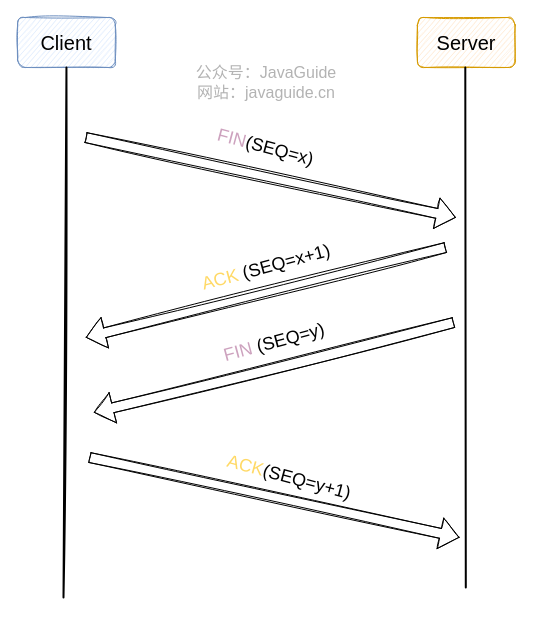
The draw.io diagram docs/cs-basics/network/images/tcp&udp/tcp-waves-four-times.drawio in Snailclimb/JavaGuide, before the edit. Source tidied: cells renumbered, new cells numbered last; positions are measured from the earlier drawing's top-left corner, leaving out a move shared by most shapes. Both pictures are drawn from the tidied source at 100%, with x=0, y=0 at pixel (17, 17).
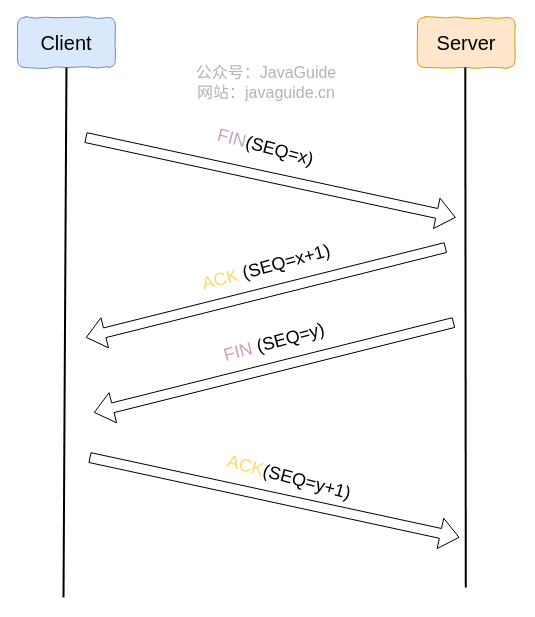
The same diagram, later.

Change to the diagram source:
```diff
@@
-    <mxCell id="2" value="Client" style="rounded=1;whiteSpace=wrap;html=1;fillColor=#dae8fc;strokeColor=#6c8ebf;comic=1;shadow=0;strokeWidth=1;fontSize=20;sketch=1;" parent="1" vertex="1">
+    <mxCell id="2" value="Client" style="rounded=1;whiteSpace=wrap;html=1;fillColor=#dae8fc;strokeColor=#6c8ebf;comic=1;shadow=0;strokeWidth=1;fontSize=20;sketch=0;" parent="1" vertex="1">
       <mxGeometry x="0.1" width="97.7" height="50" as="geometry" />
     </mxCell>
-    <mxCell id="3" value="Server" style="rounded=1;whiteSpace=wrap;html=1;fillColor=#ffe6cc;strokeColor=#d79b00;comic=1;shadow=0;strokeWidth=1;fontSize=20;sketch=1;" parent="1" vertex="1">
+    <mxCell id="3" value="Server" style="rounded=1;whiteSpace=wrap;html=1;fillColor=#ffe6cc;strokeColor=#d79b00;comic=1;shadow=0;strokeWidth=1;fontSize=20;sketch=0;" parent="1" vertex="1">
       <mxGeometry x="399.9" width="97.7" height="50" as="geometry" />
     </mxCell>
-    <mxCell id="4" style="endArrow=none;html=1;fontSize=22;entryX=0.5;entryY=1;entryDx=0;entryDy=0;strokeWidth=2;shadow=0;sketch=1;" parent="1" edge="1" target="2">
+    <mxCell id="4" style="endArrow=none;html=1;fontSize=22;entryX=0.5;entryY=1;entryDx=0;entryDy=0;strokeWidth=2;shadow=0;sketch=0;" parent="1" edge="1" target="2">
       <mxGeometry relative="1" as="geometry">
         <mxPoint x="46" y="580" as="sourcePoint" />
       </mxGeometry>
     </mxCell>
-    <mxCell id="5" style="endArrow=none;html=1;fontSize=22;entryX=0.5;entryY=1;entryDx=0;entryDy=0;strokeWidth=2;shadow=0;sketch=1;" parent="1" edge="1">
+    <mxCell id="5" style="endArrow=none;html=1;fontSize=22;entryX=0.5;entryY=1;entryDx=0;entryDy=0;strokeWidth=2;shadow=0;sketch=0;" parent="1" edge="1">
       <mxGeometry relative="1" as="geometry">
         <mxPoint x="448.3" y="570" as="sourcePoint" />
         <mxPoint x="447.8" y="50" as="targetPoint" />
       </mxGeometry>
     </mxCell>
-    <mxCell id="6" style="endArrow=classic;html=1;strokeWidth=1;fontSize=19;shape=flexArrow;shadow=0;sketch=1;" parent="1" edge="1">
+    <mxCell id="6" style="endArrow=classic;html=1;strokeWidth=1;fontSize=19;shape=flexArrow;shadow=0;sketch=0;" parent="1" edge="1">
       <mxGeometry relative="1" as="geometry">
         <mxPoint x="68" y="120" as="sourcePoint" />
         <mxPoint x="438.3" y="200" as="targetPoint" />
       </mxGeometry>
     </mxCell>
-    <mxCell id="7" style="endArrow=classic;html=1;strokeWidth=1;fontSize=19;shape=flexArrow;shadow=0;sketch=1;" parent="1" edge="1">
+    <mxCell id="7" style="endArrow=classic;html=1;strokeWidth=1;fontSize=19;shape=flexArrow;shadow=0;sketch=0;" parent="1" edge="1">
       <mxGeometry relative="1" as="geometry">
         <mxPoint x="428.3" y="230" as="sourcePoint" />
         <mxPoint x="68.3" y="320" as="targetPoint" />
       </mxGeometry>
     </mxCell>
-    <mxCell id="8" style="endArrow=classic;html=1;strokeWidth=1;fontSize=19;shape=flexArrow;shadow=0;sketch=1;" parent="1" edge="1">
+    <mxCell id="8" style="endArrow=classic;html=1;strokeWidth=1;fontSize=19;shape=flexArrow;shadow=0;sketch=0;" parent="1" edge="1">
       <mxGeometry relative="1" as="geometry">
         <mxPoint x="72" y="440" as="sourcePoint" />
         <mxPoint x="442" y="520" as="targetPoint" />
       </mxGeometry>
     </mxCell>
-    <mxCell id="9" value="&lt;font color=&quot;#cda2be&quot; style=&quot;font-size: 18px;&quot;&gt;FIN&lt;/font&gt;(SEQ=x)" style="text;html=1;strokeColor=none;fillColor=none;align=center;verticalAlign=middle;whiteSpace=wrap;rounded=0;shadow=0;comic=1;fontSize=18;rotation=15;sketch=1;" parent="1" vertex="1">
+    <mxCell id="9" value="&lt;font color=&quot;#cda2be&quot; style=&quot;font-size: 18px;&quot;&gt;FIN&lt;/font&gt;(SEQ=x)" style="text;html=1;strokeColor=none;fillColor=none;align=center;verticalAlign=middle;whiteSpace=wrap;rounded=0;shadow=0;comic=1;fontSize=18;rotation=15;sketch=0;" parent="1" vertex="1">
       <mxGeometry x="118.3" y="120" width="261.2" height="20" as="geometry" />
     </mxCell>
-    <mxCell id="10" value="&lt;font color=&quot;#ffd966&quot; style=&quot;font-size: 18px;&quot;&gt;ACK&lt;/font&gt; (SEQ=x+1)" style="text;html=1;strokeColor=none;fillColor=none;align=center;verticalAlign=middle;whiteSpace=wrap;rounded=0;shadow=0;comic=1;fontSize=18;rotation=-15;sketch=1;" parent="1" vertex="1">
+    <mxCell id="10" value="&lt;font color=&quot;#ffd966&quot; style=&quot;font-size: 18px;&quot;&gt;ACK&lt;/font&gt; (SEQ=x+1)" style="text;html=1;strokeColor=none;fillColor=none;align=center;verticalAlign=middle;whiteSpace=wrap;rounded=0;shadow=0;comic=1;fontSize=18;rotation=-15;sketch=0;" parent="1" vertex="1">
       <mxGeometry x="0.1" y="240" width="497.5" height="20" as="geometry" />
     </mxCell>
-    <mxCell id="11" value="&lt;font color=&quot;#ffd966&quot; style=&quot;font-size: 18px;&quot;&gt;ACK&lt;/font&gt;(SEQ=y+1)" style="text;html=1;strokeColor=none;fillColor=none;align=center;verticalAlign=middle;whiteSpace=wrap;rounded=0;shadow=0;comic=1;fontSize=18;rotation=15;sketch=1;" parent="1" vertex="1">
+    <mxCell id="11" value="&lt;font color=&quot;#ffd966&quot; style=&quot;font-size: 18px;&quot;&gt;ACK&lt;/font&gt;(SEQ=y+1)" style="text;html=1;strokeColor=none;fillColor=none;align=center;verticalAlign=middle;whiteSpace=wrap;rounded=0;shadow=0;comic=1;fontSize=18;rotation=15;sketch=0;" parent="1" vertex="1">
       <mxGeometry x="252" y="450" width="40" height="20" as="geometry" />
     </mxCell>
-    <mxCell id="12" style="endArrow=classic;html=1;strokeWidth=1;fontSize=19;shape=flexArrow;shadow=0;sketch=1;" parent="1" edge="1">
+    <mxCell id="12" style="endArrow=classic;html=1;strokeWidth=1;fontSize=19;shape=flexArrow;shadow=0;sketch=0;" parent="1" edge="1">
       <mxGeometry relative="1" as="geometry">
         <mxPoint x="436.4" y="305" as="sourcePoint" />
         <mxPoint x="76.4" y="395" as="targetPoint" />
       </mxGeometry>
     </mxCell>
-    <mxCell id="13" value="&lt;span style=&quot;color: rgb(205, 162, 190); font-size: 18px;&quot;&gt;FIN&lt;/span&gt;&amp;nbsp;(SEQ=y)" style="text;html=1;strokeColor=none;fillColor=none;align=center;verticalAlign=middle;whiteSpace=wrap;rounded=0;shadow=0;comic=1;fontSize=18;rotation=-15;sketch=1;" parent="1" vertex="1">
+    <mxCell id="13" value="&lt;span style=&quot;color: rgb(205, 162, 190); font-size: 18px;&quot;&gt;FIN&lt;/span&gt;&amp;nbsp;(SEQ=y)" style="text;html=1;strokeColor=none;fillColor=none;align=center;verticalAlign=middle;whiteSpace=wrap;rounded=0;shadow=0;comic=1;fontSize=18;rotation=-15;sketch=0;" parent="1" vertex="1">
       <mxGeometry x="8.3" y="315" width="497.5" height="20" as="geometry" />
     </mxCell>
-    <mxCell id="14" value="公众号：JavaGuide&lt;br style=&quot;font-size: 16px&quot;&gt;网站：javaguide.cn" style="text;html=1;strokeColor=none;fillColor=none;align=center;verticalAlign=middle;whiteSpace=wrap;rounded=0;labelBackgroundColor=none;fontSize=16;fontColor=#B3B3B3;rotation=0;sketch=1;shadow=0;" parent="1" vertex="1">
+    <mxCell id="14" value="公众号：JavaGuide&lt;br style=&quot;font-size: 16px&quot;&gt;网站：javaguide.cn" style="text;html=1;strokeColor=none;fillColor=none;align=center;verticalAlign=middle;whiteSpace=wrap;rounded=0;labelBackgroundColor=none;fontSize=16;fontColor=#B3B3B3;rotation=0;sketch=0;shadow=0;" parent="1" vertex="1">
       <mxGeometry x="163.9" y="60" width="170" height="10" as="geometry" />
     </mxCell>
```
